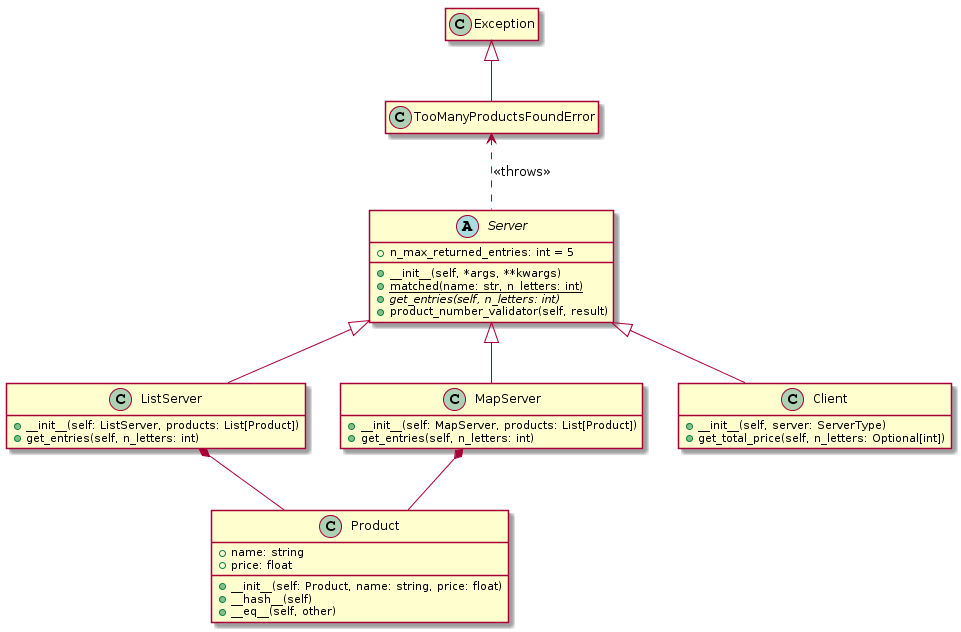
The PlantUML diagram uml.png in piotr-pawelczak/Serwery_Python, before a commit. Source of this version:
```plantuml
@startuml
class Product {
    + name: string
    + price: float
    + __init__(self: Product, name: string, price: float)
    + __hash__(self)
    + __eq__(self, other)
}

class Exception

class TooManyProductsFoundError

abstract class Server {
    +__init__(self, *args, **kwargs)
    + n_max_returned_entries: int = 5
    +{static} matched(name: str, n_letters: int)
    +{abstract} get_entries(self, n_letters: int)
    +product_number_validator(self, result)
}

class ListServer {
    + __init__(self: ListServer, products: List[Product])
    + get_entries(self, n_letters: int)
}

class MapServer {
    + __init__(self: MapServer, products: List[Product])
    + get_entries(self, n_letters: int)
}

class Client {
    + __init__(self, server: ServerType)
    + get_total_price(self, n_letters: Optional[int])
}


Server <|-- ListServer
Server <|-- MapServer
TooManyProductsFoundError <.. Server : << throws >>
Server <|-- Client
Exception <|-- TooManyProductsFoundError
MapServer *-- Product
ListServer *-- Product

hide empty members
@enduml
```
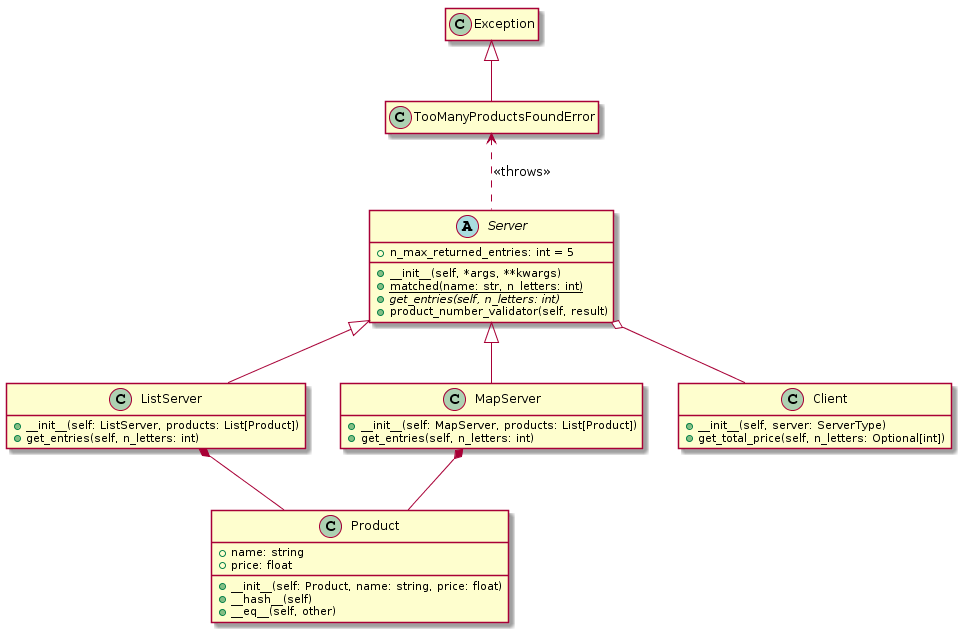
The same file after the commit.

Diff of the diagram source:
```diff
@@ -38,7 +38,7 @@
 Server <|-- ListServer
 Server <|-- MapServer
 TooManyProductsFoundError <.. Server : << throws >>
-Server <|-- Client
+Server o-- Client
 Exception <|-- TooManyProductsFoundError
 MapServer *-- Product
 ListServer *-- Product
```
